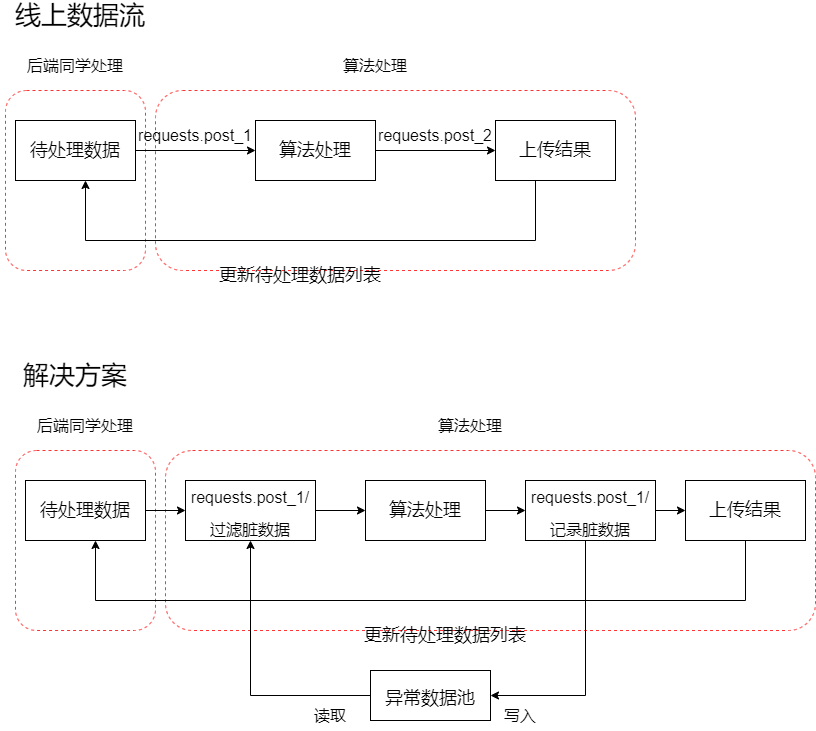
The draw.io diagram 线上数据流.drawio.png in Linranran/my_images, before a commit. Source tidied: cells renumbered, new cells last; positions are measured from the earlier drawing's top-left corner, leaving out a move shared by most shapes.
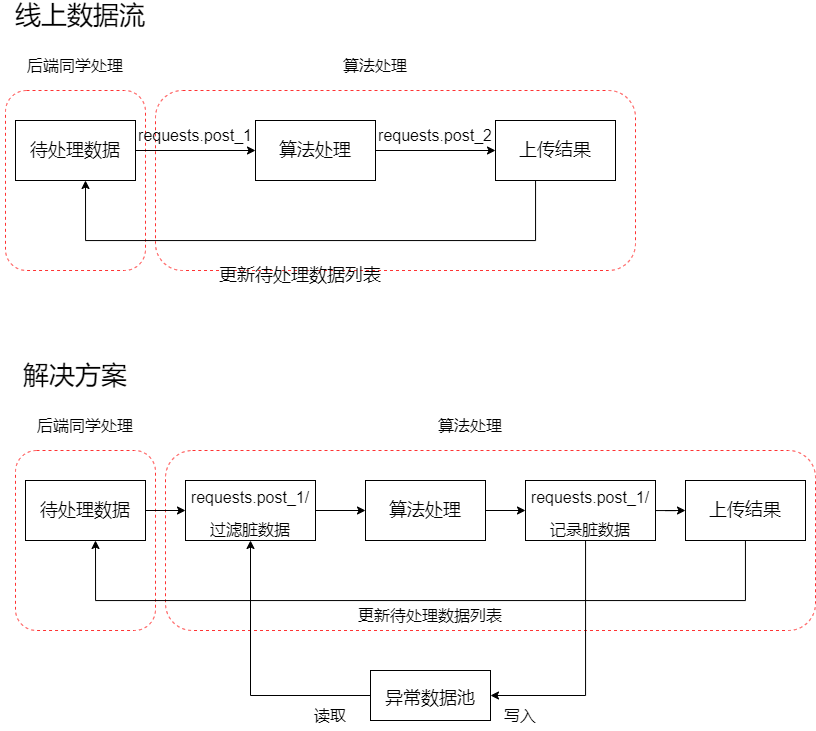
After the commit.

Commit message:
Update 线上数据流.drawio.png

Diff of the diagram source:
```diff
@@ -83,8 +83,8 @@
     <mxCell id="24" value="上传结果" style="rounded=0;whiteSpace=wrap;html=1;fontSize=18;" parent="1" vertex="1">
       <mxGeometry x="685" y="480" width="120" height="60" as="geometry" />
     </mxCell>
-    <mxCell id="25" value="更新待处理数据列表" style="text;html=1;strokeColor=none;fillColor=none;align=center;verticalAlign=middle;whiteSpace=wrap;rounded=0;fontSize=18;" parent="1" vertex="1">
-      <mxGeometry x="360" y="620" width="170" height="30" as="geometry" />
+    <mxCell id="25" value="&lt;font style=&quot;font-size: 16px&quot;&gt;更新待处理数据列表&lt;/font&gt;" style="text;html=1;strokeColor=none;fillColor=none;align=center;verticalAlign=middle;whiteSpace=wrap;rounded=0;fontSize=18;" parent="1" vertex="1">
+      <mxGeometry x="345" y="600" width="170" height="30" as="geometry" />
     </mxCell>
     <mxCell id="26" value="&lt;span style=&quot;font-size: 16px&quot;&gt;后端同学处理&lt;/span&gt;" style="text;html=1;strokeColor=none;fillColor=none;align=center;verticalAlign=middle;whiteSpace=wrap;rounded=0;fontSize=18;" parent="1" vertex="1">
       <mxGeometry x="25" y="410" width="120" height="30" as="geometry" />
```
